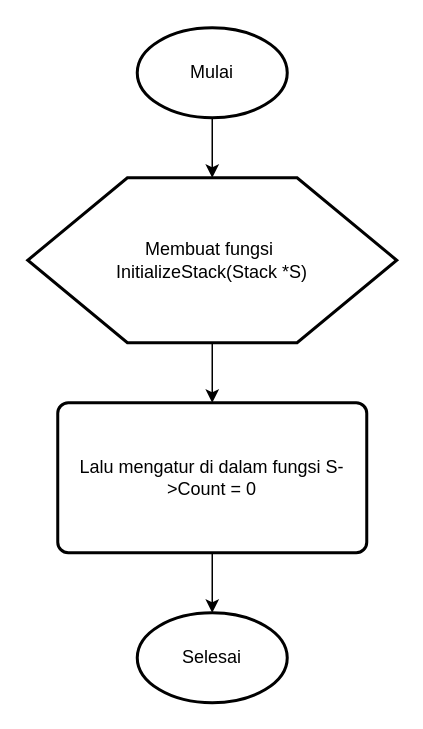
Earlier version of the draw.io diagram 2/Flowchart Pendahuluan 2.1 .drawio (Menguncups/Algoritma-dan-Struktur-data). Source tidied: cells renumbered, new cells numbered last; positions are measured from the earlier drawing's top-left corner, leaving out a move shared by most shapes. Both pictures are drawn from the tidied source at 150%, with x=0, y=0 at pixel (27, 27).
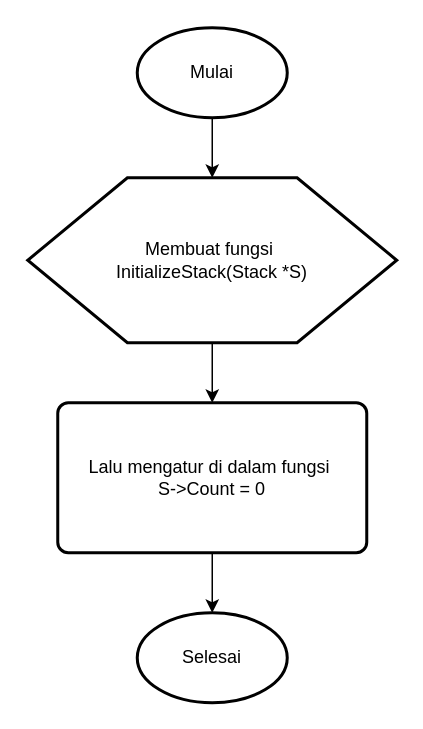
The same page after the edit.

Diff of the diagram source:
```diff
@@
 <mxGraphModel>
   <root>
     <mxCell id="0" />
     <mxCell id="1" parent="0" />
     <mxCell id="2" style="edgeStyle=orthogonalEdgeStyle;rounded=0;jettySize=auto;html=1;exitX=0.5;exitY=1;exitDx=0;exitDy=0;exitPerimeter=0;" parent="1" edge="1" source="3" target="5">
       <mxGeometry relative="1" as="geometry" />
     </mxCell>
     <mxCell id="3" value="Mulai" style="strokeWidth=2;html=1;shape=mxgraph.flowchart.start_1;whiteSpace=wrap;" parent="1" vertex="1">
       <mxGeometry x="73" width="100" height="60" as="geometry" />
     </mxCell>
     <mxCell id="4" style="edgeStyle=orthogonalEdgeStyle;rounded=0;jettySize=auto;html=1;exitX=0.5;exitY=1;exitDx=0;exitDy=0;entryX=0.5;entryY=0;entryDx=0;entryDy=0;" parent="1" edge="1" source="5" target="7">
       <mxGeometry relative="1" as="geometry" />
     </mxCell>
     <mxCell id="5" value="Membuat fungsi&amp;nbsp;&lt;br&gt;InitializeStack(Stack *S)" style="verticalLabelPosition=middle;verticalAlign=middle;shape=hexagon;perimeter=hexagonPerimeter2;arcSize=6;size=0.27;labelPosition=center;align=center;html=1;labelBackgroundColor=none;textShadow=0;whiteSpace=wrap;horizontal=1;strokeWidth=2;" parent="1" vertex="1">
       <mxGeometry y="100" width="246" height="110" as="geometry" />
     </mxCell>
     <mxCell id="6" style="edgeStyle=orthogonalEdgeStyle;rounded=0;jettySize=auto;html=1;exitX=0.5;exitY=1;exitDx=0;exitDy=0;" parent="1" edge="1" source="7" target="8">
       <mxGeometry relative="1" as="geometry" />
     </mxCell>
-    <mxCell id="7" value="Lalu mengatur di dalam fungsi&amp;nbsp;S-&amp;gt;Count = 0" style="rounded=1;whiteSpace=wrap;html=1;absoluteArcSize=1;arcSize=14;strokeWidth=2;" parent="1" vertex="1">
+    <mxCell id="7" value="Lalu mengatur di dalam fungsi&amp;nbsp;&lt;div&gt;S-&amp;gt;Count = 0&lt;/div&gt;" style="rounded=1;whiteSpace=wrap;html=1;absoluteArcSize=1;arcSize=14;strokeWidth=2;" parent="1" vertex="1">
       <mxGeometry x="20" y="250" width="206" height="100" as="geometry" />
     </mxCell>
     <mxCell id="8" value="Selesai" style="strokeWidth=2;html=1;shape=mxgraph.flowchart.start_1;whiteSpace=wrap;" parent="1" vertex="1">
       <mxGeometry x="73" y="390" width="100" height="60" as="geometry" />
     </mxCell>
   </root>
 </mxGraphModel>
```
